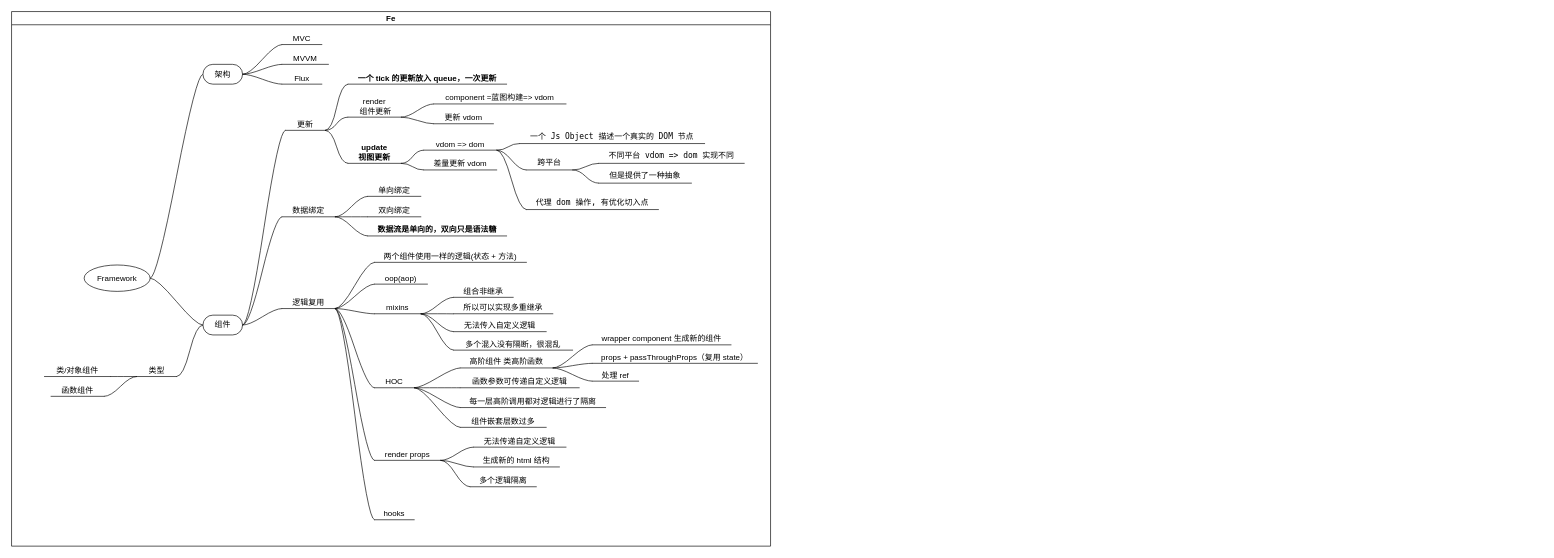
Earlier version of the draw.io diagram page "Framework" (1 of 7) of fe-framework/fe-framework.drawio (NiLinli/learn-web). Source tidied: cells renumbered, new cells numbered last; positions are measured from the earlier drawing's top-left corner, leaving out a move shared by most shapes. Both pictures are drawn from the tidied source at 66%, with x=0, y=0 at pixel (11, 11).
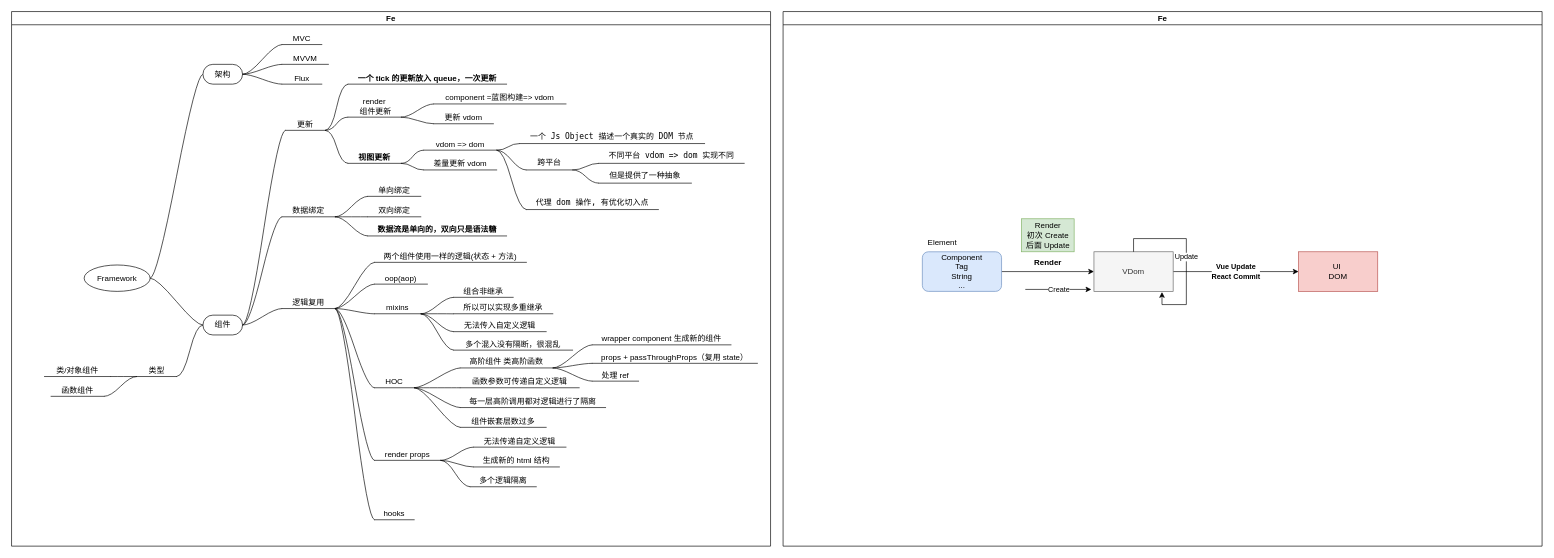
After the change.

The change refers to these unchanged cells:
```xml
<mxCell id="2" value="Fe" style="swimlane;startSize=20;horizontal=1;containerType=tree;" parent="1" vertex="1">
  <mxGeometry width="1150" height="810" as="geometry" />
</mxCell>
```

The edit, as a diff of the source:
```diff
@@
-    <mxCell id="19" value="update&lt;br&gt;视图更新" style="whiteSpace=wrap;html=1;shape=partialRectangle;top=0;left=0;bottom=1;right=0;points=[[0,1],[1,1]];fillColor=none;align=center;verticalAlign=bottom;routingCenterY=0.5;snapToPoint=1;newEdgeStyle={&quot;edgeStyle&quot;:&quot;entityRelationEdgeStyle&quot;,&quot;startArrow&quot;:&quot;none&quot;,&quot;endArrow&quot;:&quot;none&quot;,&quot;segment&quot;:10,&quot;curved&quot;:1};fontStyle=1;" parent="2" vertex="1">
-      <mxGeometry x="510" y="200" width="80" height="30" as="geometry" />
+    <mxCell id="19" value="视图更新" style="whiteSpace=wrap;html=1;shape=partialRectangle;top=0;left=0;bottom=1;right=0;points=[[0,1],[1,1]];fillColor=none;align=center;verticalAlign=bottom;routingCenterY=0.5;snapToPoint=1;newEdgeStyle={&quot;edgeStyle&quot;:&quot;entityRelationEdgeStyle&quot;,&quot;startArrow&quot;:&quot;none&quot;,&quot;endArrow&quot;:&quot;none&quot;,&quot;segment&quot;:10,&quot;curved&quot;:1};fontStyle=1;" parent="2" vertex="1">
+      <mxGeometry x="510" y="210" width="80" height="20" as="geometry" />
     </mxCell>
@@
+    <mxCell id="96" value="Fe" style="swimlane;startSize=20;horizontal=1;containerType=tree;" parent="1" vertex="1">
+      <mxGeometry x="1169" width="1150" height="810" as="geometry" />
+    </mxCell>
+    <mxCell id="97" style="edgeStyle=orthogonalEdgeStyle;rounded=0;jettySize=auto;html=1;entryX=0;entryY=0.5;entryDx=0;entryDy=0;" parent="96" edge="1" source="98" target="100">
+      <mxGeometry relative="1" as="geometry" />
+    </mxCell>
+    <mxCell id="98" value="Component&lt;br&gt;Tag&lt;br&gt;String&lt;br&gt;..." style="rounded=1;whiteSpace=wrap;html=1;fillColor=#dae8fc;strokeColor=#6c8ebf;" parent="96" vertex="1">
+      <mxGeometry x="211" y="364" width="120" height="60" as="geometry" />
+    </mxCell>
+    <mxCell id="99" value="&lt;b&gt;Vue Update&lt;br&gt;React Commit&lt;/b&gt;" style="edgeStyle=orthogonalEdgeStyle;rounded=0;jettySize=auto;html=1;entryX=0;entryY=0.5;entryDx=0;entryDy=0;" parent="96" edge="1" source="100" target="101">
+      <mxGeometry relative="1" as="geometry" />
+    </mxCell>
+    <mxCell id="100" value="VDom" style="rounded=0;whiteSpace=wrap;html=1;fillColor=#f5f5f5;fontColor=#333333;strokeColor=#666666;" parent="96" vertex="1">
+      <mxGeometry x="471" y="364" width="120" height="60" as="geometry" />
+    </mxCell>
+    <mxCell id="101" value="UI&amp;nbsp;&lt;br&gt;DOM" style="rounded=0;whiteSpace=wrap;html=1;fillColor=#f8cecc;strokeColor=#b85450;" parent="96" vertex="1">
+      <mxGeometry x="781" y="364" width="120" height="60" as="geometry" />
+    </mxCell>
+    <mxCell id="102" value="&lt;span&gt;Element&lt;/span&gt;" style="text;html=1;align=center;verticalAlign=middle;strokeColor=none;fillColor=none;" parent="96" vertex="1">
+      <mxGeometry x="211" y="340" width="60" height="20" as="geometry" />
+    </mxCell>
+    <mxCell id="103" style="endArrow=classic;html=1;rounded=0;" parent="96" edge="1">
+      <mxGeometry relative="1" as="geometry">
+        <mxPoint x="367" y="421" as="sourcePoint" />
+        <mxPoint x="467" y="421" as="targetPoint" />
+      </mxGeometry>
+    </mxCell>
+    <mxCell id="104" value="Create" style="edgeLabel;html=1;align=center;verticalAlign=middle;" parent="103" vertex="1">
+      <mxGeometry relative="1" as="geometry" />
+    </mxCell>
+    <mxCell id="105" value="Update" style="edgeStyle=orthogonalEdgeStyle;rounded=0;orthogonalLoop=1;jettySize=auto;html=1;entryX=0.859;entryY=1.017;entryDx=0;entryDy=0;entryPerimeter=0;" parent="96" edge="1" source="100" target="100">
+      <mxGeometry relative="1" as="geometry" />
+    </mxCell>
+    <mxCell id="106" value="Render&lt;br&gt;初次 Create&lt;br&gt;后面 Update" style="text;html=1;align=center;verticalAlign=middle;strokeColor=#82b366;fillColor=#d5e8d4;" parent="96" vertex="1">
+      <mxGeometry x="361" y="314" width="80" height="50" as="geometry" />
+    </mxCell>
+    <mxCell id="107" value="&lt;b&gt;Render&lt;/b&gt;" style="text;html=1;align=center;verticalAlign=middle;strokeColor=none;fillColor=none;" parent="1" vertex="1">
+      <mxGeometry x="1540" y="370" width="60" height="20" as="geometry" />
+    </mxCell>
```
